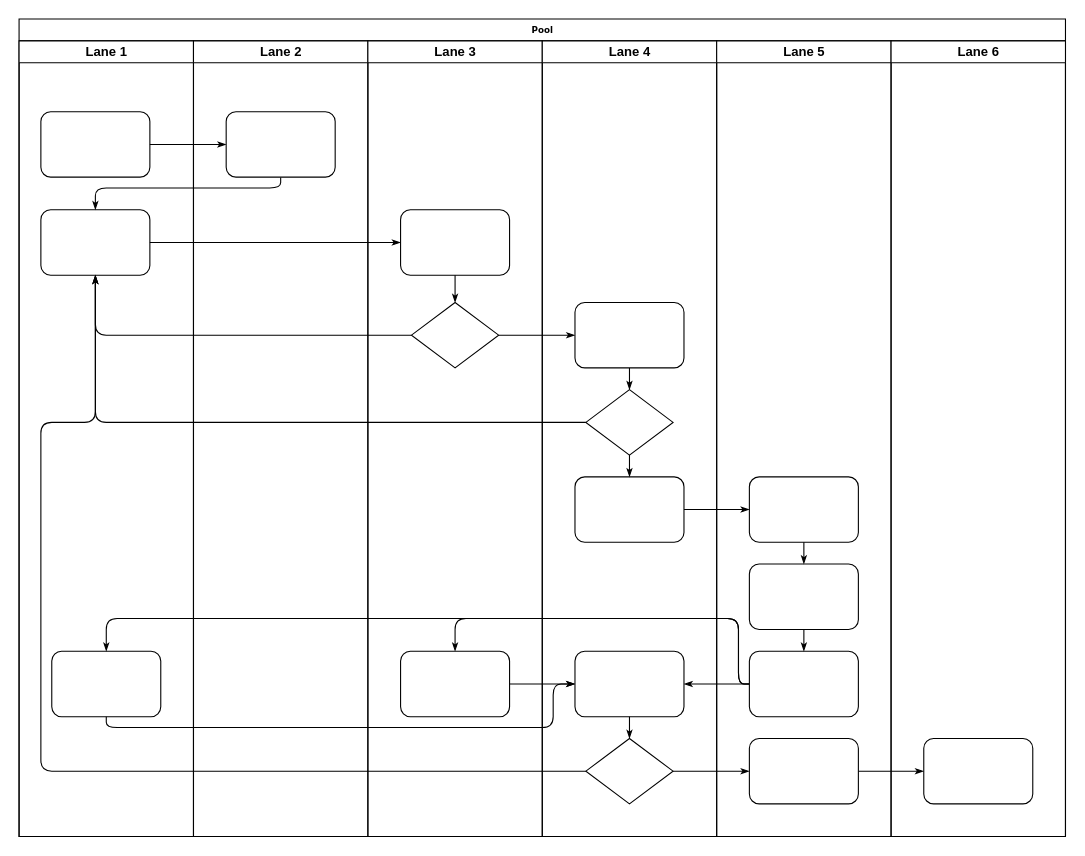
pablobeernardo/back-end keeps this draw.io diagram as 29_11_22/Diagrama sem nome.drawio. Above is the earlier version. Source tidied: cells renumbered, new cells numbered last; positions are measured from the earlier drawing's top-left corner, leaving out a move shared by most shapes. Both pictures are drawn from the tidied source at 109%, with x=0, y=0 at pixel (19, 19).
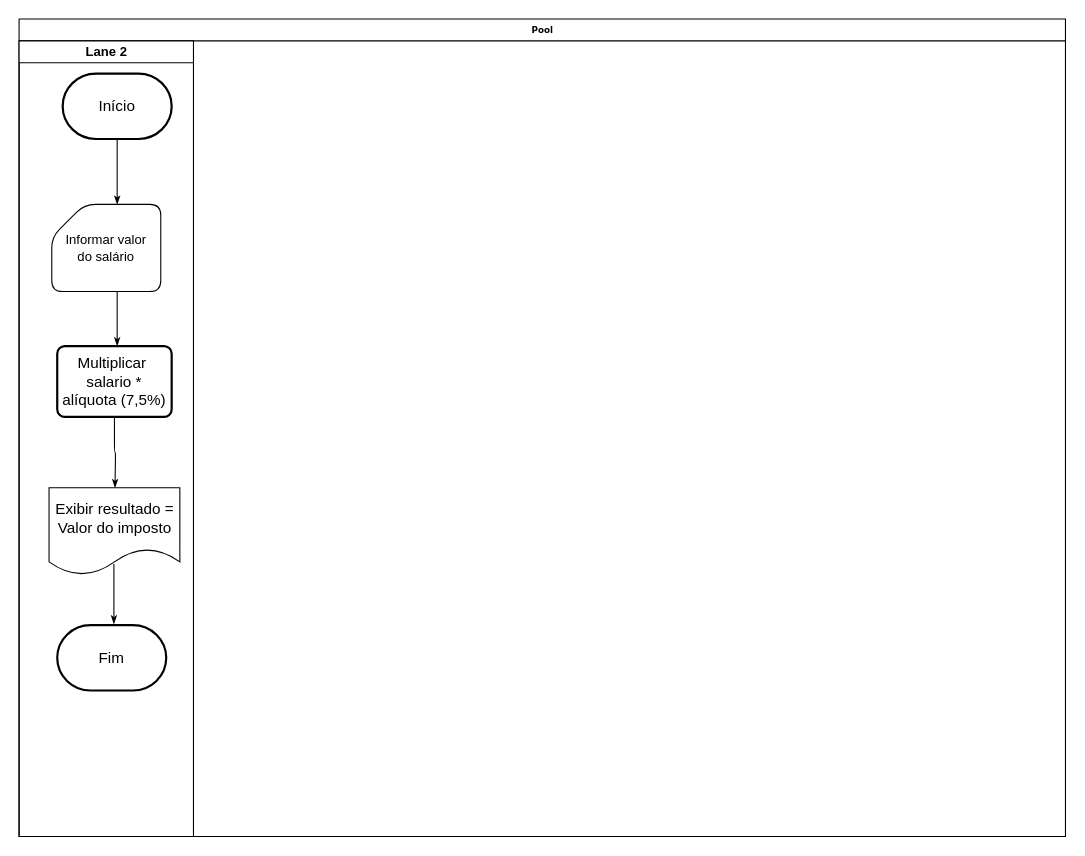
After the change.

Commit message:
fluxograma-tarefa

The change refers to these unchanged cells:
```xml
<mxCell id="2" value="Pool" style="swimlane;html=1;startSize=20;rounded=0;shadow=0;labelBackgroundColor=none;strokeWidth=1;fontFamily=Verdana;fontSize=8;align=center;" parent="1" vertex="1">
  <mxGeometry width="960" height="750" as="geometry" />
</mxCell>
```

Diff of the diagram source:
```diff
@@
-    <mxCell id="3" value="Lane 1" style="swimlane;html=1;startSize=20;" parent="2" vertex="1">
-      <mxGeometry y="20" width="160" height="730" as="geometry" />
-    </mxCell>
-    <mxCell id="4" style="rounded=1;whiteSpace=wrap;html=1;shadow=0;labelBackgroundColor=none;strokeWidth=1;fontFamily=Verdana;fontSize=8;align=center;" parent="3" vertex="1">
-      <mxGeometry x="20" y="65" width="100" height="60" as="geometry" />
-    </mxCell>
-    <mxCell id="5" style="rounded=1;whiteSpace=wrap;html=1;shadow=0;labelBackgroundColor=none;strokeWidth=1;fontFamily=Verdana;fontSize=8;align=center;" parent="3" vertex="1">
-      <mxGeometry x="20" y="155" width="100" height="60" as="geometry" />
-    </mxCell>
-    <mxCell id="6" style="rounded=1;whiteSpace=wrap;html=1;shadow=0;labelBackgroundColor=none;strokeWidth=1;fontFamily=Verdana;fontSize=8;align=center;" parent="3" vertex="1">
-      <mxGeometry x="30" y="560" width="100" height="60" as="geometry" />
-    </mxCell>
+    <mxCell id="22" value="Lane 2" style="swimlane;html=1;startSize=20;" parent="2" vertex="1">
+      <mxGeometry y="20" width="160" height="730" as="geometry" />
+    </mxCell>
+    <mxCell id="47" value="Informar valor&lt;br&gt;do salário" style="shape=card;whiteSpace=wrap;html=1;rounded=1;glass=0;sketch=0;direction=south;verticalAlign=middle;flipH=1;" parent="22" vertex="1">
+      <mxGeometry x="30" y="150" width="100" height="80" as="geometry" />
+    </mxCell>
+    <mxCell id="48" value="Início" style="strokeWidth=2;html=1;shape=mxgraph.flowchart.terminator;whiteSpace=wrap;rounded=1;glass=0;sketch=0;fontSize=14;" parent="22" vertex="1">
+      <mxGeometry x="40" y="30" width="100" height="60" as="geometry" />
+    </mxCell>
-    <mxCell id="7" style="edgeStyle=orthogonalEdgeStyle;rounded=1;html=1;labelBackgroundColor=none;startArrow=none;startFill=0;startSize=5;endArrow=classicThin;endFill=1;endSize=5;jettySize=auto;strokeWidth=1;fontFamily=Verdana;fontSize=8;" parent="2" edge="1" source="4" target="23">
-      <mxGeometry relative="1" as="geometry" />
+    <mxCell id="7" style="edgeStyle=orthogonalEdgeStyle;rounded=1;html=1;labelBackgroundColor=none;startArrow=none;startFill=0;startSize=5;endArrow=classicThin;endFill=1;endSize=5;jettySize=auto;strokeWidth=1;fontFamily=Verdana;fontSize=8;exitX=0.5;exitY=1;exitDx=0;exitDy=0;exitPerimeter=0;" parent="22" edge="1" source="48">
+      <mxGeometry relative="1" as="geometry">
+        <mxPoint x="90" y="150" as="targetPoint" />
+      </mxGeometry>
     </mxCell>
+    <mxCell id="9" style="edgeStyle=orthogonalEdgeStyle;rounded=1;html=1;labelBackgroundColor=none;startArrow=none;startFill=0;startSize=5;endArrow=classicThin;endFill=1;endSize=5;jettySize=auto;strokeWidth=1;fontFamily=Verdana;fontSize=8;exitX=1;exitY=0.5;exitDx=0;exitDy=0;" parent="22" edge="1" source="49">
+      <mxGeometry relative="1" as="geometry">
+        <mxPoint x="88" y="410" as="targetPoint" />
+      </mxGeometry>
+    </mxCell>
+    <mxCell id="49" value="Multiplicar&amp;nbsp;&lt;br&gt;salario * alíquota (7,5%)" style="rounded=1;whiteSpace=wrap;html=1;absoluteArcSize=1;arcSize=14;strokeWidth=2;glass=0;sketch=0;fontSize=14;direction=south;" parent="22" vertex="1">
+      <mxGeometry x="35" y="280" width="105" height="65" as="geometry" />
+    </mxCell>
-    <mxCell id="8" style="edgeStyle=orthogonalEdgeStyle;rounded=1;html=1;labelBackgroundColor=none;startArrow=none;startFill=0;startSize=5;endArrow=classicThin;endFill=1;endSize=5;jettySize=auto;strokeWidth=1;fontFamily=Verdana;fontSize=8;" parent="2" edge="1" source="23" target="5">
+    <mxCell id="8" style="edgeStyle=orthogonalEdgeStyle;rounded=1;html=1;labelBackgroundColor=none;startArrow=none;startFill=0;startSize=5;endArrow=classicThin;endFill=1;endSize=5;jettySize=auto;orthogonalLoop=1;strokeWidth=1;fontFamily=Verdana;fontSize=8;" parent="22" edge="1">
       <mxGeometry relative="1" as="geometry">
+        <mxPoint x="90" y="230" as="sourcePoint" />
+        <mxPoint x="90" y="280" as="targetPoint" />
         <Array as="points">
-          <mxPoint x="240" y="155" />
-          <mxPoint x="70" y="155" />
+          <mxPoint x="90" y="260" />
+          <mxPoint x="90" y="260" />
         </Array>
       </mxGeometry>
     </mxCell>
-    <mxCell id="9" style="edgeStyle=orthogonalEdgeStyle;rounded=1;html=1;labelBackgroundColor=none;startArrow=none;startFill=0;startSize=5;endArrow=classicThin;endFill=1;endSize=5;jettySize=auto;strokeWidth=1;fontFamily=Verdana;fontSize=8;" parent="2" edge="1" source="5" target="25">
-      <mxGeometry relative="1" as="geometry" />
-    </mxCell>
-    <mxCell id="10" style="edgeStyle=orthogonalEdgeStyle;rounded=1;html=1;labelBackgroundColor=none;startArrow=none;startFill=0;startSize=5;endArrow=classicThin;endFill=1;endSize=5;jettySize=auto;strokeWidth=1;fontFamily=Verdana;fontSize=8;" parent="2" edge="1" source="26" target="5">
-      <mxGeometry relative="1" as="geometry" />
-    </mxCell>
-    <mxCell id="11" style="edgeStyle=orthogonalEdgeStyle;rounded=1;html=1;labelBackgroundColor=none;startArrow=none;startFill=0;startSize=5;endArrow=classicThin;endFill=1;endSize=5;jettySize=auto;strokeWidth=1;fontFamily=Verdana;fontSize=8;" parent="2" edge="1" source="31" target="5">
-      <mxGeometry relative="1" as="geometry" />
-    </mxCell>
-    <mxCell id="12" style="edgeStyle=orthogonalEdgeStyle;rounded=1;html=1;labelBackgroundColor=none;startArrow=none;startFill=0;startSize=5;endArrow=classicThin;endFill=1;endSize=5;jettySize=auto;strokeWidth=1;fontFamily=Verdana;fontSize=8;" parent="2" edge="1" source="34" target="5">
-      <mxGeometry relative="1" as="geometry">
-        <Array as="points">
-          <mxPoint x="20" y="690" />
-          <mxPoint x="20" y="370" />
-          <mxPoint x="70" y="370" />
-        </Array>
-      </mxGeometry>
-    </mxCell>
-    <mxCell id="13" style="edgeStyle=orthogonalEdgeStyle;rounded=1;html=1;labelBackgroundColor=none;startArrow=none;startFill=0;startSize=5;endArrow=classicThin;endFill=1;endSize=5;jettySize=auto;strokeWidth=1;fontFamily=Verdana;fontSize=8;" parent="2" edge="1" source="26" target="30">
-      <mxGeometry relative="1" as="geometry" />
-    </mxCell>
-    <mxCell id="14" style="edgeStyle=orthogonalEdgeStyle;rounded=1;html=1;labelBackgroundColor=none;startArrow=none;startFill=0;startSize=5;endArrow=classicThin;endFill=1;endSize=5;jettySize=auto;strokeWidth=1;fontFamily=Verdana;fontSize=8;" parent="2" edge="1" source="34" target="42">
-      <mxGeometry relative="1" as="geometry" />
-    </mxCell>
-    <mxCell id="15" style="edgeStyle=orthogonalEdgeStyle;rounded=1;html=1;labelBackgroundColor=none;startArrow=none;startFill=0;startSize=5;endArrow=classicThin;endFill=1;endSize=5;jettySize=auto;strokeWidth=1;fontFamily=Verdana;fontSize=8;" parent="2" edge="1" source="42" target="46">
-      <mxGeometry relative="1" as="geometry" />
-    </mxCell>
-    <mxCell id="16" style="edgeStyle=orthogonalEdgeStyle;rounded=1;html=1;labelBackgroundColor=none;startArrow=none;startFill=0;startSize=5;endArrow=classicThin;endFill=1;endSize=5;jettySize=auto;strokeWidth=1;fontFamily=Verdana;fontSize=8;" parent="2" edge="1" source="32" target="39">
-      <mxGeometry relative="1" as="geometry" />
-    </mxCell>
-    <mxCell id="17" style="edgeStyle=orthogonalEdgeStyle;rounded=1;html=1;labelBackgroundColor=none;startArrow=none;startFill=0;startSize=5;endArrow=classicThin;endFill=1;endSize=5;jettySize=auto;strokeWidth=1;fontFamily=Verdana;fontSize=8;" parent="2" edge="1" source="41" target="27">
-      <mxGeometry relative="1" as="geometry">
-        <Array as="points">
-          <mxPoint x="660" y="610" />
-          <mxPoint x="660" y="550" />
-          <mxPoint x="400" y="550" />
-        </Array>
-      </mxGeometry>
-    </mxCell>
-    <mxCell id="18" style="edgeStyle=orthogonalEdgeStyle;rounded=1;html=1;labelBackgroundColor=none;startArrow=none;startFill=0;startSize=5;endArrow=classicThin;endFill=1;endSize=5;jettySize=auto;strokeColor=#000000;strokeWidth=1;fontFamily=Verdana;fontSize=8;fontColor=#000000;" parent="2" edge="1" source="41" target="33">
-      <mxGeometry relative="1" as="geometry" />
-    </mxCell>
-    <mxCell id="19" style="edgeStyle=orthogonalEdgeStyle;rounded=1;html=1;labelBackgroundColor=none;startArrow=none;startFill=0;startSize=5;endArrow=classicThin;endFill=1;endSize=5;jettySize=auto;strokeWidth=1;fontFamily=Verdana;fontSize=8;" parent="2" edge="1" source="41" target="6">
-      <mxGeometry relative="1" as="geometry">
-        <Array as="points">
-          <mxPoint x="660" y="610" />
-          <mxPoint x="660" y="550" />
-          <mxPoint x="80" y="550" />
-        </Array>
-      </mxGeometry>
-    </mxCell>
-    <mxCell id="20" style="edgeStyle=orthogonalEdgeStyle;rounded=1;html=1;labelBackgroundColor=none;startArrow=none;startFill=0;startSize=5;endArrow=classicThin;endFill=1;endSize=5;jettySize=auto;strokeWidth=1;fontFamily=Verdana;fontSize=8;" parent="2" edge="1" source="6" target="33">
-      <mxGeometry relative="1" as="geometry">
-        <Array as="points">
-          <mxPoint x="80" y="650" />
-          <mxPoint x="490" y="650" />
-          <mxPoint x="490" y="610" />
-        </Array>
-      </mxGeometry>
-    </mxCell>
-    <mxCell id="21" style="edgeStyle=orthogonalEdgeStyle;rounded=1;html=1;labelBackgroundColor=none;startArrow=none;startFill=0;startSize=5;endArrow=classicThin;endFill=1;endSize=5;jettySize=auto;strokeWidth=1;fontFamily=Verdana;fontSize=8;" parent="2" edge="1" source="27" target="33">
-      <mxGeometry relative="1" as="geometry" />
-    </mxCell>
-    <mxCell id="22" value="Lane 2" style="swimlane;html=1;startSize=20;" parent="2" vertex="1">
-      <mxGeometry x="160" y="20" width="160" height="730" as="geometry" />
-    </mxCell>
-    <mxCell id="23" style="rounded=1;whiteSpace=wrap;html=1;shadow=0;labelBackgroundColor=none;strokeWidth=1;fontFamily=Verdana;fontSize=8;align=center;" parent="22" vertex="1">
-      <mxGeometry x="30" y="65" width="100" height="60" as="geometry" />
-    </mxCell>
-    <mxCell id="24" value="Lane 3" style="swimlane;html=1;startSize=20;" parent="2" vertex="1">
-      <mxGeometry x="320" y="20" width="160" height="730" as="geometry" />
-    </mxCell>
-    <mxCell id="25" style="rounded=1;whiteSpace=wrap;html=1;shadow=0;labelBackgroundColor=none;strokeWidth=1;fontFamily=Verdana;fontSize=8;align=center;" parent="24" vertex="1">
-      <mxGeometry x="30" y="155" width="100" height="60" as="geometry" />
-    </mxCell>
-    <mxCell id="26" style="rhombus;whiteSpace=wrap;html=1;rounded=0;shadow=0;labelBackgroundColor=none;strokeWidth=1;fontFamily=Verdana;fontSize=8;align=center;" parent="24" vertex="1">
-      <mxGeometry x="40" y="240" width="80" height="60" as="geometry" />
-    </mxCell>
-    <mxCell id="27" style="rounded=1;whiteSpace=wrap;html=1;shadow=0;labelBackgroundColor=none;strokeWidth=1;fontFamily=Verdana;fontSize=8;align=center;" parent="24" vertex="1">
-      <mxGeometry x="30" y="560" width="100" height="60" as="geometry" />
-    </mxCell>
+    <mxCell id="50" value="Exibir resultado =&lt;br&gt;Valor do imposto" style="shape=document;whiteSpace=wrap;html=1;boundedLbl=1;rounded=1;glass=0;sketch=0;fontSize=14;" parent="22" vertex="1">
+      <mxGeometry x="27.5" y="410" width="120" height="80" as="geometry" />
+    </mxCell>
-    <mxCell id="28" style="edgeStyle=orthogonalEdgeStyle;rounded=1;html=1;labelBackgroundColor=none;startArrow=none;startFill=0;startSize=5;endArrow=classicThin;endFill=1;endSize=5;jettySize=auto;strokeWidth=1;fontFamily=Verdana;fontSize=8;" parent="24" edge="1" source="25" target="26">
-      <mxGeometry relative="1" as="geometry" />
+    <mxCell id="28" style="edgeStyle=orthogonalEdgeStyle;rounded=1;html=1;labelBackgroundColor=none;startArrow=none;startFill=0;startSize=5;endArrow=classicThin;endFill=1;endSize=5;jettySize=auto;orthogonalLoop=1;strokeWidth=1;fontFamily=Verdana;fontSize=8;" parent="22" edge="1">
+      <mxGeometry relative="1" as="geometry">
+        <mxPoint x="87" y="480" as="sourcePoint" />
+        <mxPoint x="87" y="535" as="targetPoint" />
+      </mxGeometry>
     </mxCell>
-    <mxCell id="29" value="Lane 4" style="swimlane;html=1;startSize=20;" parent="2" vertex="1">
-      <mxGeometry x="480" y="20" width="160" height="730" as="geometry" />
-    </mxCell>
-    <mxCell id="30" style="rounded=1;whiteSpace=wrap;html=1;shadow=0;labelBackgroundColor=none;strokeWidth=1;fontFamily=Verdana;fontSize=8;align=center;" parent="29" vertex="1">
-      <mxGeometry x="30" y="240" width="100" height="60" as="geometry" />
-    </mxCell>
-    <mxCell id="31" style="rhombus;whiteSpace=wrap;html=1;rounded=0;shadow=0;labelBackgroundColor=none;strokeWidth=1;fontFamily=Verdana;fontSize=8;align=center;" parent="29" vertex="1">
-      <mxGeometry x="40" y="320" width="80" height="60" as="geometry" />
-    </mxCell>
-    <mxCell id="32" style="rounded=1;whiteSpace=wrap;html=1;shadow=0;labelBackgroundColor=none;strokeWidth=1;fontFamily=Verdana;fontSize=8;align=center;" parent="29" vertex="1">
-      <mxGeometry x="30" y="400" width="100" height="60" as="geometry" />
-    </mxCell>
-    <mxCell id="33" style="rounded=1;whiteSpace=wrap;html=1;shadow=0;labelBackgroundColor=none;strokeWidth=1;fontFamily=Verdana;fontSize=8;align=center;" parent="29" vertex="1">
-      <mxGeometry x="30" y="560" width="100" height="60" as="geometry" />
-    </mxCell>
-    <mxCell id="34" style="rhombus;whiteSpace=wrap;html=1;rounded=0;shadow=0;labelBackgroundColor=none;strokeWidth=1;fontFamily=Verdana;fontSize=8;align=center;" parent="29" vertex="1">
-      <mxGeometry x="40" y="640" width="80" height="60" as="geometry" />
-    </mxCell>
-    <mxCell id="35" style="edgeStyle=orthogonalEdgeStyle;rounded=1;html=1;labelBackgroundColor=none;startArrow=none;startFill=0;startSize=5;endArrow=classicThin;endFill=1;endSize=5;jettySize=auto;strokeColor=#000000;strokeWidth=1;fontFamily=Verdana;fontSize=8;fontColor=#000000;" parent="29" edge="1" source="30" target="31">
-      <mxGeometry relative="1" as="geometry" />
-    </mxCell>
-    <mxCell id="36" style="edgeStyle=orthogonalEdgeStyle;rounded=1;html=1;labelBackgroundColor=none;startArrow=none;startFill=0;startSize=5;endArrow=classicThin;endFill=1;endSize=5;jettySize=auto;strokeWidth=1;fontFamily=Verdana;fontSize=8;" parent="29" edge="1" source="31" target="32">
-      <mxGeometry relative="1" as="geometry" />
-    </mxCell>
-    <mxCell id="37" style="edgeStyle=orthogonalEdgeStyle;rounded=1;html=1;labelBackgroundColor=none;startArrow=none;startFill=0;startSize=5;endArrow=classicThin;endFill=1;endSize=5;jettySize=auto;strokeWidth=1;fontFamily=Verdana;fontSize=8;" parent="29" edge="1" source="33" target="34">
-      <mxGeometry relative="1" as="geometry" />
-    </mxCell>
-    <mxCell id="38" value="Lane 5" style="swimlane;html=1;startSize=20;" parent="2" vertex="1">
-      <mxGeometry x="640" y="20" width="160" height="730" as="geometry" />
-    </mxCell>
-    <mxCell id="39" style="rounded=1;whiteSpace=wrap;html=1;shadow=0;labelBackgroundColor=none;strokeWidth=1;fontFamily=Verdana;fontSize=8;align=center;" parent="38" vertex="1">
-      <mxGeometry x="30" y="400" width="100" height="60" as="geometry" />
-    </mxCell>
-    <mxCell id="40" style="rounded=1;whiteSpace=wrap;html=1;shadow=0;labelBackgroundColor=none;strokeWidth=1;fontFamily=Verdana;fontSize=8;align=center;" parent="38" vertex="1">
-      <mxGeometry x="30" y="480" width="100" height="60" as="geometry" />
-    </mxCell>
-    <mxCell id="41" style="rounded=1;whiteSpace=wrap;html=1;shadow=0;labelBackgroundColor=none;strokeWidth=1;fontFamily=Verdana;fontSize=8;align=center;" parent="38" vertex="1">
-      <mxGeometry x="30" y="560" width="100" height="60" as="geometry" />
-    </mxCell>
-    <mxCell id="42" style="rounded=1;whiteSpace=wrap;html=1;shadow=0;labelBackgroundColor=none;strokeWidth=1;fontFamily=Verdana;fontSize=8;align=center;" parent="38" vertex="1">
-      <mxGeometry x="30" y="640" width="100" height="60" as="geometry" />
-    </mxCell>
-    <mxCell id="43" style="edgeStyle=orthogonalEdgeStyle;rounded=1;html=1;labelBackgroundColor=none;startArrow=none;startFill=0;startSize=5;endArrow=classicThin;endFill=1;endSize=5;jettySize=auto;strokeWidth=1;fontFamily=Verdana;fontSize=8;" parent="38" edge="1" source="39" target="40">
-      <mxGeometry relative="1" as="geometry" />
-    </mxCell>
-    <mxCell id="44" style="edgeStyle=orthogonalEdgeStyle;rounded=1;html=1;labelBackgroundColor=none;startArrow=none;startFill=0;startSize=5;endArrow=classicThin;endFill=1;endSize=5;jettySize=auto;strokeWidth=1;fontFamily=Verdana;fontSize=8;" parent="38" edge="1" source="40" target="41">
-      <mxGeometry relative="1" as="geometry" />
-    </mxCell>
-    <mxCell id="45" value="Lane 6" style="swimlane;html=1;startSize=20;" parent="2" vertex="1">
-      <mxGeometry x="800" y="20" width="160" height="730" as="geometry" />
-    </mxCell>
-    <mxCell id="46" style="rounded=1;whiteSpace=wrap;html=1;shadow=0;labelBackgroundColor=none;strokeWidth=1;fontFamily=Verdana;fontSize=8;align=center;" parent="45" vertex="1">
-      <mxGeometry x="30" y="640" width="100" height="60" as="geometry" />
-    </mxCell>
+    <mxCell id="51" value="Fim" style="strokeWidth=2;html=1;shape=mxgraph.flowchart.terminator;whiteSpace=wrap;rounded=1;glass=0;sketch=0;fontSize=14;" parent="22" vertex="1">
+      <mxGeometry x="35" y="536" width="100" height="60" as="geometry" />
+    </mxCell>
```
